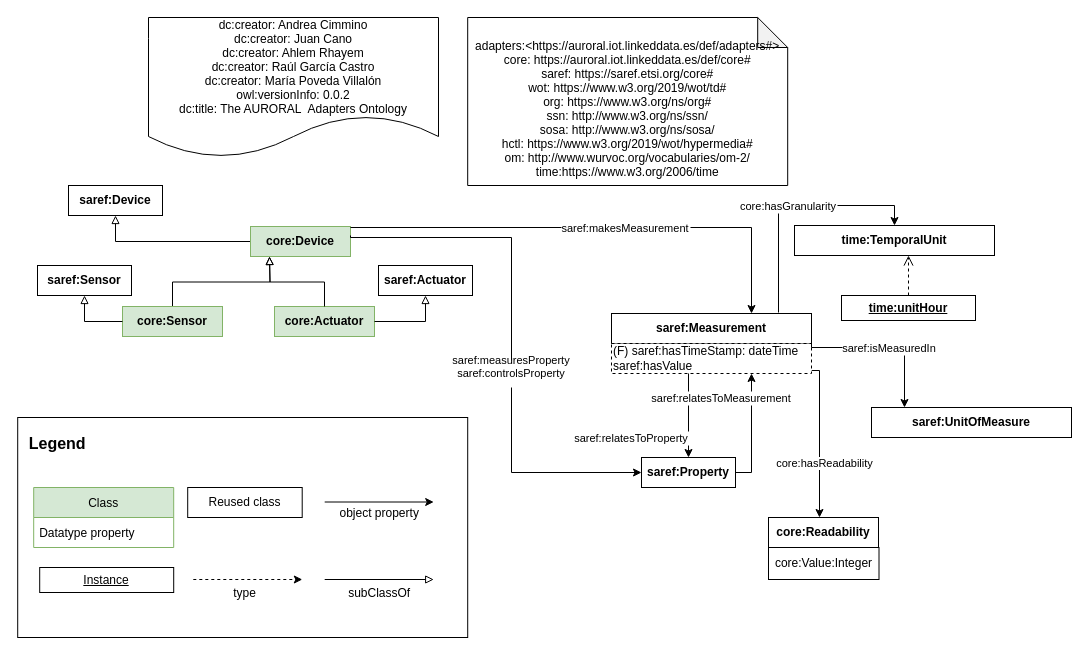
Above: page "V2" (1 of 2) of Diagrams/adapters-general.drawio in oeg-upm/auroral-adapters-ontology (draw.io), before the change. Source tidied: cells renumbered, new cells numbered last; positions are measured from the earlier drawing's top-left corner, leaving out a move shared by most shapes. Both pictures are drawn from the tidied source at 100%, with x=0, y=0 at pixel (17, 17).
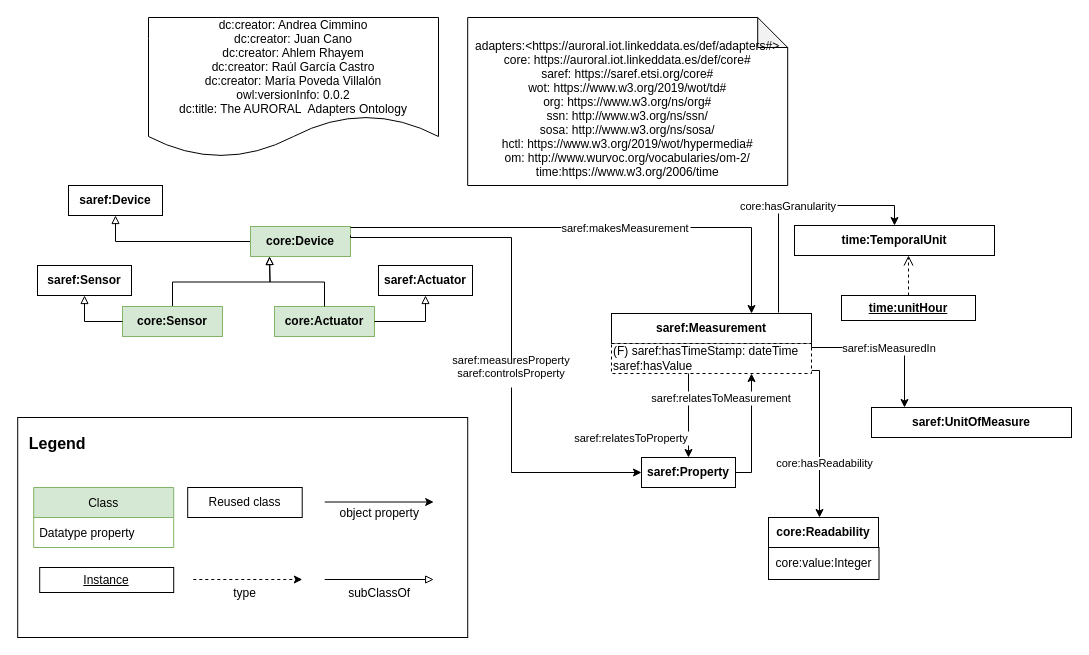
After the change.

Diff of the diagram source:
```diff
@@
-    <mxCell id="43" value="core:Value:Integer" style="rounded=0;whiteSpace=wrap;html=1;" parent="1" vertex="1">
+    <mxCell id="43" value="core:value:Integer" style="rounded=0;whiteSpace=wrap;html=1;" parent="1" vertex="1">
       <mxGeometry x="751" y="530" width="110.5" height="32" as="geometry" />
     </mxCell>
```
